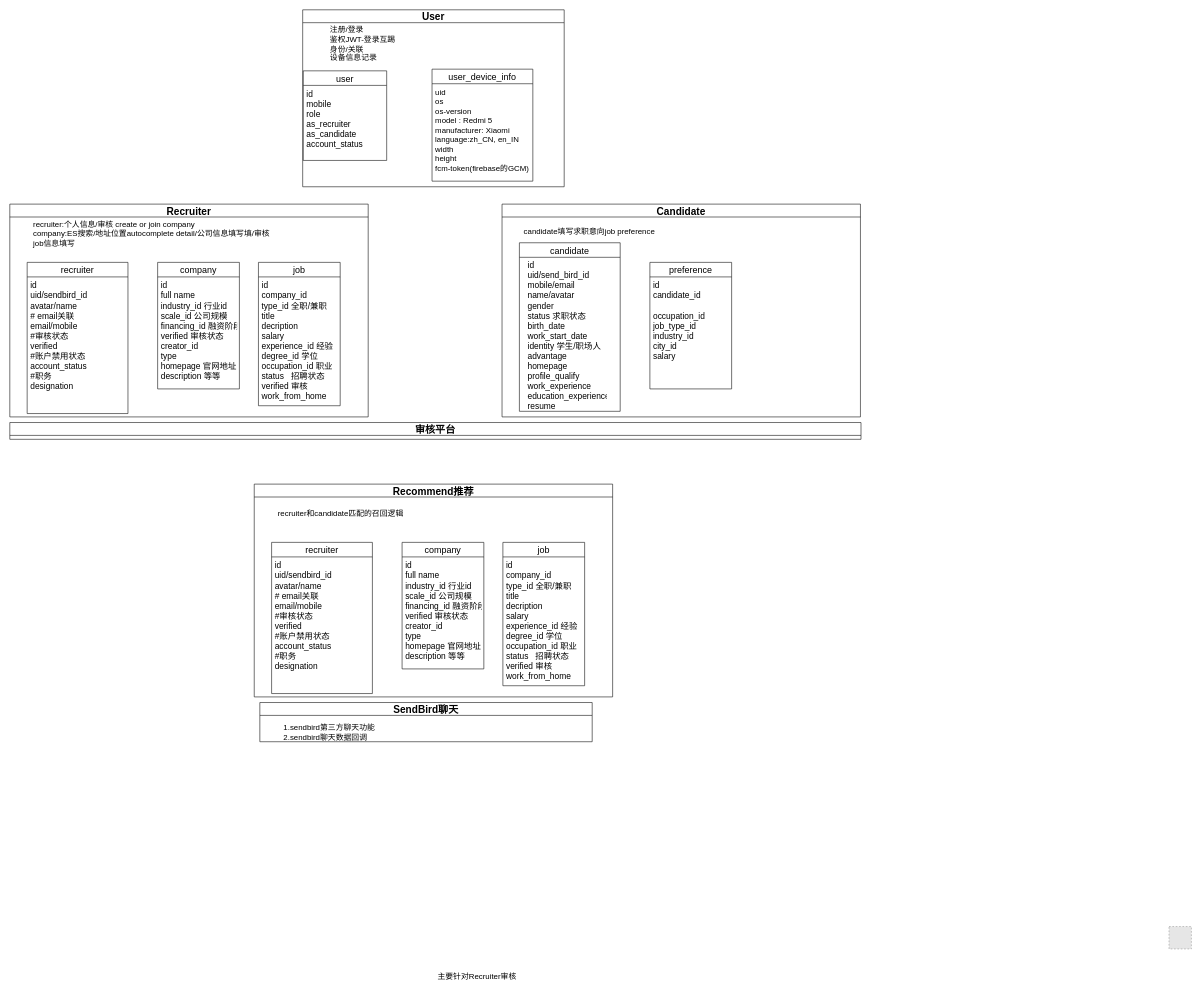
Earlier version of the draw.io diagram hirect业务架构.drawio (ZhaoDaMing/note). Source tidied: cells renumbered, new cells numbered last; positions are measured from the earlier drawing's top-left corner, leaving out a move shared by most shapes. Both pictures are drawn from the tidied source at 56%, with x=0, y=0 at pixel (10, 10). Pictures stored in the file or linked from it are replaced by grey dashed boxes.
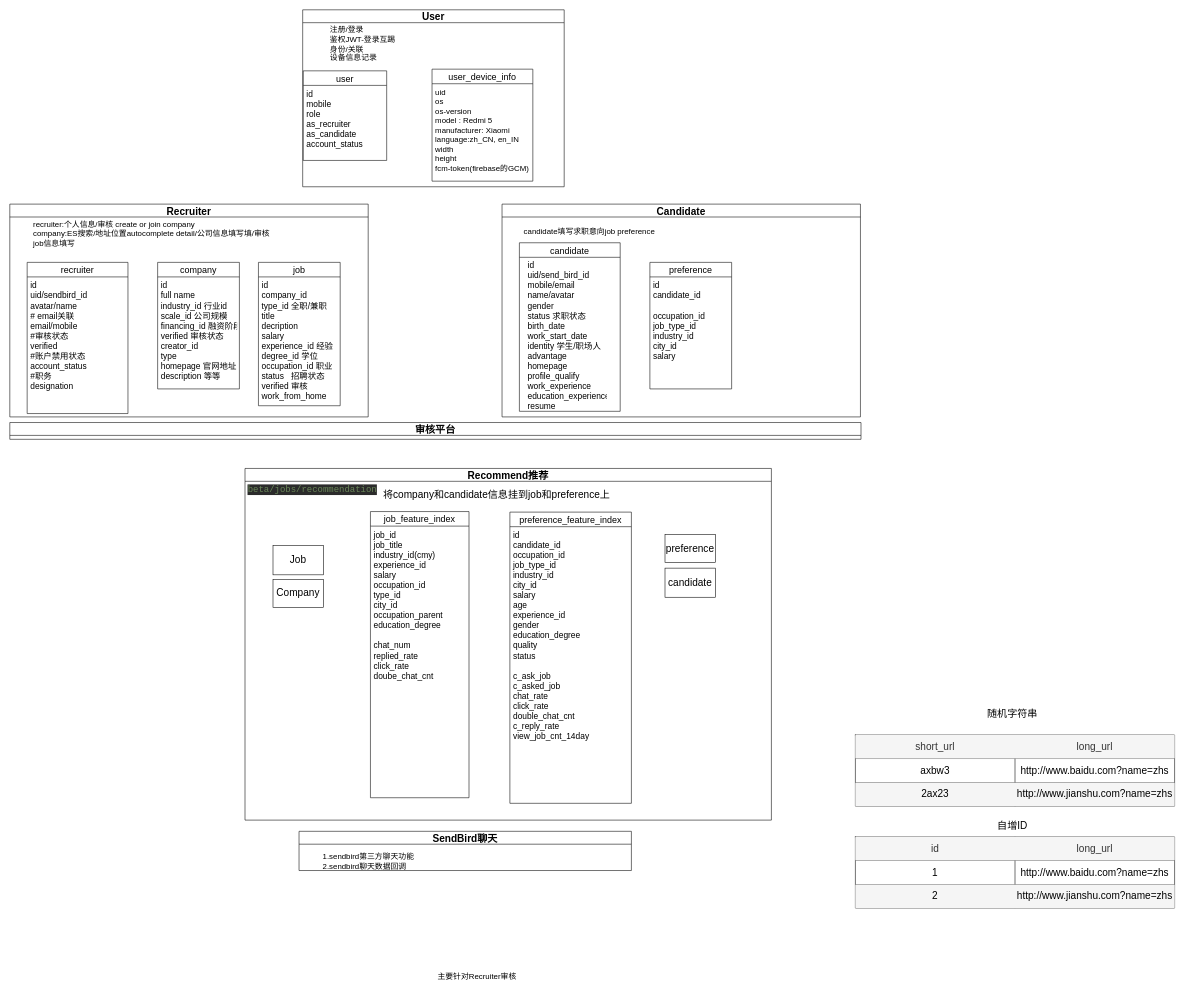
The same page after the edit.

The edit, as a diff of the source:
```diff
@@
     <mxCell id="23" value="Recommend推荐" style="swimlane;fontSize=18;" parent="1" vertex="1">
-      <mxGeometry x="436.5" y="847" width="640" height="380" as="geometry" />
+      <mxGeometry x="420" y="819" width="940" height="628" as="geometry" />
     </mxCell>
-    <mxCell id="24" value="recruiter" style="swimlane;fontStyle=0;horizontal=1;startSize=26;fillColor=none;fontSize=16;" parent="1" vertex="1">
-      <mxGeometry x="467.5" y="951" width="180" height="270" as="geometry" />
-    </mxCell>
-    <mxCell id="25" value="id&#10;uid/sendbird_id&#10;avatar/name&#10;# email关联&#10;email/mobile&#10;#审核状态&#10;verified &#10;#账户禁用状态&#10;account_status&#10;#职务&#10;designation&#10;&#10;" style="text;strokeColor=none;fillColor=none;align=left;verticalAlign=top;spacingLeft=4;spacingRight=4;overflow=hidden;fontSize=15;" parent="24" vertex="1">
-      <mxGeometry y="26" width="180" height="244" as="geometry" />
-    </mxCell>
-    <mxCell id="26" value="company" style="swimlane;fontStyle=0;horizontal=1;startSize=26;fillColor=none;fontSize=16;" parent="1" vertex="1">
-      <mxGeometry x="700.5" y="951" width="146" height="226" as="geometry" />
-    </mxCell>
-    <mxCell id="27" value="&lt;blockquote style=&quot;margin: 0px 0px 0px 40px ; border: none ; padding: 0px ; font-size: 14px&quot;&gt;recruiter和candidate匹配的召回逻辑&lt;/blockquote&gt;" style="text;html=1;strokeColor=none;fillColor=none;align=left;verticalAlign=middle;whiteSpace=wrap;rounded=0;fontSize=16;horizontal=1;" parent="1" vertex="1">
-      <mxGeometry x="436.5" y="872" width="510" height="55" as="geometry" />
-    </mxCell>
-    <mxCell id="28" value="id&#10;full name&#10;industry_id 行业id&#10;scale_id 公司规模 &#10;financing_id 融资阶段&#10;verified 审核状态&#10;creator_id&#10;type&#10;homepage 官网地址&#10;description 等等" style="text;strokeColor=none;fillColor=none;align=left;verticalAlign=top;spacingLeft=4;spacingRight=4;overflow=hidden;fontSize=15;" parent="1" vertex="1">
-      <mxGeometry x="700.5" y="977" width="146" height="200" as="geometry" />
-    </mxCell>
-    <mxCell id="29" value="job" style="swimlane;fontStyle=0;horizontal=1;startSize=26;fillColor=none;fontSize=16;" parent="1" vertex="1">
-      <mxGeometry x="880.5" y="951" width="146" height="256" as="geometry" />
-    </mxCell>
-    <mxCell id="30" value="id&#10;company_id&#10;type_id 全职/兼职&#10;title&#10;decription&#10;salary&#10;experience_id 经验&#10;degree_id 学位&#10;occupation_id 职业&#10;status   招聘状态&#10;verified 审核&#10;work_from_home" style="text;strokeColor=none;fillColor=none;align=left;verticalAlign=top;spacingLeft=4;spacingRight=4;overflow=hidden;fontSize=15;" parent="1" vertex="1">
-      <mxGeometry x="880.5" y="977" width="146" height="240" as="geometry" />
-    </mxCell>
-    <mxCell id="31" style="fillColor=#E6E6E6;strokeColor=#999999;dashed=1;html=1;verticalAlign=top;verticalLabelPosition=bottom;labelBackgroundColor=#ffffff;fontSize=14;" parent="1" vertex="1">
-      <mxGeometry x="2070" y="1637" width="40" height="40" as="geometry" />
-    </mxCell>
+    <mxCell id="35" value="&lt;font style=&quot;font-size: 18px&quot;&gt;Job&lt;/font&gt;" style="rounded=0;whiteSpace=wrap;html=1;fillColor=#FFFFFF;" parent="23" vertex="1">
+      <mxGeometry x="50" y="138" width="90" height="52" as="geometry" />
+    </mxCell>
     <mxCell id="32" value="SendBird聊天" style="swimlane;fontSize=18;" parent="1" vertex="1">
-      <mxGeometry x="446.5" y="1237" width="593.5" height="70" as="geometry" />
+      <mxGeometry x="516.5" y="1467" width="593.5" height="70" as="geometry" />
     </mxCell>
     <mxCell id="33" value="&lt;blockquote style=&quot;margin: 0px 0px 0px 40px ; border: none ; padding: 0px ; font-size: 14px&quot;&gt;1.sendbird第三方聊天功能&lt;/blockquote&gt;&lt;blockquote style=&quot;margin: 0px 0px 0px 40px ; border: none ; padding: 0px ; font-size: 14px&quot;&gt;2.sendbird聊天数据回调&lt;/blockquote&gt;" style="text;html=1;strokeColor=none;fillColor=none;align=left;verticalAlign=middle;whiteSpace=wrap;rounded=0;fontSize=16;horizontal=1;" parent="1" vertex="1">
-      <mxGeometry x="446.5" y="1262" width="510" height="55" as="geometry" />
+      <mxGeometry x="516.5" y="1492" width="510" height="55" as="geometry" />
     </mxCell>
@@
+    <mxCell id="36" value="job_feature_index" style="swimlane;fontStyle=0;horizontal=1;startSize=26;fillColor=none;fontSize=16;" parent="1" vertex="1">
+      <mxGeometry x="644" y="896" width="176" height="511" as="geometry" />
+    </mxCell>
+    <mxCell id="37" value="job_id&#10;job_title&#10;industry_id(cmy)&#10;experience_id&#10;salary&#10;occupation_id&#10;type_id&#10;city_id&#10;occupation_parent&#10;education_degree&#10;&#10;chat_num&#10;replied_rate&#10;click_rate&#10;doube_chat_cnt&#10;&#10;" style="text;strokeColor=none;fillColor=none;align=left;verticalAlign=top;spacingLeft=4;spacingRight=4;overflow=hidden;fontSize=15;" parent="1" vertex="1">
+      <mxGeometry x="644" y="922" width="156" height="465" as="geometry" />
+    </mxCell>
+    <mxCell id="38" value="preference_feature_index" style="swimlane;fontStyle=0;horizontal=1;startSize=26;fillColor=none;fontSize=16;" parent="1" vertex="1">
+      <mxGeometry x="893" y="897" width="217" height="520" as="geometry" />
+    </mxCell>
+    <mxCell id="39" value="id&#10;candidate_id&#10;occupation_id&#10;job_type_id&#10;industry_id&#10;city_id&#10;salary&#10;age&#10;experience_id&#10;gender&#10;education_degree&#10;quality&#10;status&#10;&#10;c_ask_job&#10;c_asked_job&#10;chat_rate&#10;click_rate&#10;double_chat_cnt&#10;c_reply_rate&#10;view_job_cnt_14day&#10;&#10;&#10;" style="text;strokeColor=none;fillColor=none;align=left;verticalAlign=top;spacingLeft=4;spacingRight=4;overflow=hidden;fontSize=15;" parent="1" vertex="1">
+      <mxGeometry x="893" y="922" width="167" height="475" as="geometry" />
+    </mxCell>
+    <mxCell id="40" value="&lt;pre style=&quot;background-color: #2b2b2b ; color: #a9b7c6 ; font-family: &amp;#34;jetbrains mono&amp;#34; , monospace ; font-size: 12.0pt&quot;&gt;&lt;span style=&quot;color: #6a8759&quot;&gt;beta/jobs/recommendation&lt;/span&gt;&lt;/pre&gt;" style="text;html=1;align=center;verticalAlign=middle;strokeColor=none;fillColor=none;" parent="1" vertex="1">
+      <mxGeometry x="415" y="832" width="250" height="50" as="geometry" />
+    </mxCell>
+    <mxCell id="41" value="&lt;font style=&quot;font-size: 18px&quot;&gt;Company&lt;/font&gt;" style="rounded=0;whiteSpace=wrap;html=1;fillColor=#FFFFFF;" parent="1" vertex="1">
+      <mxGeometry x="470" y="1017" width="90" height="50" as="geometry" />
+    </mxCell>
+    <mxCell id="42" value="&lt;font style=&quot;font-size: 18px&quot;&gt;candidate&lt;/font&gt;" style="rounded=0;whiteSpace=wrap;html=1;fillColor=#FFFFFF;" parent="1" vertex="1">
+      <mxGeometry x="1170" y="997" width="90" height="52" as="geometry" />
+    </mxCell>
+    <mxCell id="43" value="&lt;span style=&quot;font-size: 18px&quot;&gt;preference&lt;/span&gt;" style="rounded=0;whiteSpace=wrap;html=1;fillColor=#FFFFFF;" parent="1" vertex="1">
+      <mxGeometry x="1170" y="937" width="90" height="50" as="geometry" />
+    </mxCell>
+    <mxCell id="44" value="将company和candidate信息挂到job和preference上" style="text;html=1;align=center;verticalAlign=middle;strokeColor=none;fillColor=none;fontSize=18;" parent="1" vertex="1">
+      <mxGeometry x="659" y="852" width="420" height="30" as="geometry" />
+    </mxCell>
+    <mxCell id="45" style="shape=table;startSize=0;childLayout=tableLayout;fontSize=18;fillColor=#FFFFFF;" parent="1" vertex="1">
+      <mxGeometry x="1510" y="1295" width="570" height="127" as="geometry" />
+    </mxCell>
+    <mxCell id="46" style="shape=tableRow;horizontal=0;startSize=0;swimlaneHead=0;swimlaneBody=0;top=0;left=0;bottom=0;right=0;fillColor=none;fontSize=18;" parent="45" vertex="1">
+      <mxGeometry width="570" height="42" as="geometry" />
+    </mxCell>
+    <mxCell id="47" value="short_url" style="shape=partialRectangle;html=1;whiteSpace=wrap;overflow=hidden;fillColor=#f5f5f5;top=0;left=0;bottom=0;right=0;fontSize=18;fontColor=#333333;strokeColor=#666666;" parent="46" vertex="1">
+      <mxGeometry width="285" height="42" as="geometry" />
+    </mxCell>
+    <mxCell id="48" value="long_url" style="shape=partialRectangle;html=1;whiteSpace=wrap;overflow=hidden;fillColor=#f5f5f5;top=0;left=0;bottom=0;right=0;fontSize=18;fontColor=#333333;strokeColor=#666666;" parent="46" vertex="1">
+      <mxGeometry x="285" width="285" height="42" as="geometry" />
+    </mxCell>
+    <mxCell id="49" style="shape=tableRow;horizontal=0;startSize=0;swimlaneHead=0;swimlaneBody=0;top=0;left=0;bottom=0;right=0;fillColor=none;fontSize=18;" parent="45" vertex="1">
+      <mxGeometry y="42" width="570" height="43" as="geometry" />
+    </mxCell>
+    <mxCell id="50" value="axbw3" style="shape=partialRectangle;html=1;whiteSpace=wrap;overflow=hidden;fillColor=none;top=0;left=0;bottom=0;right=0;fontSize=18;" parent="49" vertex="1">
+      <mxGeometry width="285" height="43" as="geometry" />
+    </mxCell>
+    <mxCell id="51" value="http://www.baidu.com?name=zhs" style="shape=partialRectangle;html=1;whiteSpace=wrap;overflow=hidden;fillColor=none;top=0;left=0;bottom=0;right=0;fontSize=18;" parent="49" vertex="1">
+      <mxGeometry x="285" width="285" height="43" as="geometry" />
+    </mxCell>
+    <mxCell id="52" style="shape=tableRow;horizontal=0;startSize=0;swimlaneHead=0;swimlaneBody=0;top=0;left=0;bottom=0;right=0;fillColor=none;fontSize=18;" parent="45" vertex="1">
+      <mxGeometry y="85" width="570" height="42" as="geometry" />
+    </mxCell>
+    <mxCell id="53" value="&lt;span style=&quot;color: rgb(0 , 0 , 0)&quot;&gt;2ax23&lt;/span&gt;" style="shape=partialRectangle;html=1;whiteSpace=wrap;overflow=hidden;fillColor=#f5f5f5;top=0;left=0;bottom=0;right=0;fontSize=18;fontColor=#333333;strokeColor=#666666;" parent="52" vertex="1">
+      <mxGeometry width="285" height="42" as="geometry" />
+    </mxCell>
+    <mxCell id="54" value="&lt;span style=&quot;color: rgb(0 , 0 , 0)&quot;&gt;http://www.jianshu.com?name=zhs&lt;/span&gt;" style="shape=partialRectangle;html=1;whiteSpace=wrap;overflow=hidden;fillColor=#f5f5f5;top=0;left=0;bottom=0;right=0;fontSize=18;fontColor=#333333;strokeColor=#666666;" parent="52" vertex="1">
+      <mxGeometry x="285" width="285" height="42" as="geometry" />
+    </mxCell>
+    <mxCell id="55" style="shape=table;startSize=0;childLayout=tableLayout;fontSize=18;fillColor=#FFFFFF;" parent="1" vertex="1">
+      <mxGeometry x="1510" y="1477" width="570" height="127" as="geometry" />
+    </mxCell>
+    <mxCell id="56" style="shape=tableRow;horizontal=0;startSize=0;swimlaneHead=0;swimlaneBody=0;top=0;left=0;bottom=0;right=0;fillColor=none;fontSize=18;" parent="55" vertex="1">
+      <mxGeometry width="570" height="42" as="geometry" />
+    </mxCell>
+    <mxCell id="57" value="id" style="shape=partialRectangle;html=1;whiteSpace=wrap;overflow=hidden;fillColor=#f5f5f5;top=0;left=0;bottom=0;right=0;fontSize=18;fontColor=#333333;strokeColor=#666666;" parent="56" vertex="1">
+      <mxGeometry width="285" height="42" as="geometry" />
+    </mxCell>
+    <mxCell id="58" value="long_url" style="shape=partialRectangle;html=1;whiteSpace=wrap;overflow=hidden;fillColor=#f5f5f5;top=0;left=0;bottom=0;right=0;fontSize=18;fontColor=#333333;strokeColor=#666666;" parent="56" vertex="1">
+      <mxGeometry x="285" width="285" height="42" as="geometry" />
+    </mxCell>
+    <mxCell id="59" style="shape=tableRow;horizontal=0;startSize=0;swimlaneHead=0;swimlaneBody=0;top=0;left=0;bottom=0;right=0;fillColor=none;fontSize=18;" parent="55" vertex="1">
+      <mxGeometry y="42" width="570" height="43" as="geometry" />
+    </mxCell>
+    <mxCell id="60" value="1" style="shape=partialRectangle;html=1;whiteSpace=wrap;overflow=hidden;fillColor=none;top=0;left=0;bottom=0;right=0;fontSize=18;" parent="59" vertex="1">
+      <mxGeometry width="285" height="43" as="geometry" />
+    </mxCell>
+    <mxCell id="61" value="http://www.baidu.com?name=zhs" style="shape=partialRectangle;html=1;whiteSpace=wrap;overflow=hidden;fillColor=none;top=0;left=0;bottom=0;right=0;fontSize=18;" parent="59" vertex="1">
+      <mxGeometry x="285" width="285" height="43" as="geometry" />
+    </mxCell>
+    <mxCell id="62" style="shape=tableRow;horizontal=0;startSize=0;swimlaneHead=0;swimlaneBody=0;top=0;left=0;bottom=0;right=0;fillColor=none;fontSize=18;" parent="55" vertex="1">
+      <mxGeometry y="85" width="570" height="42" as="geometry" />
+    </mxCell>
+    <mxCell id="63" value="&lt;span style=&quot;color: rgb(0 , 0 , 0)&quot;&gt;2&lt;/span&gt;" style="shape=partialRectangle;html=1;whiteSpace=wrap;overflow=hidden;fillColor=#f5f5f5;top=0;left=0;bottom=0;right=0;fontSize=18;fontColor=#333333;strokeColor=#666666;" parent="62" vertex="1">
+      <mxGeometry width="285" height="42" as="geometry" />
+    </mxCell>
+    <mxCell id="64" value="&lt;span style=&quot;color: rgb(0 , 0 , 0)&quot;&gt;http://www.jianshu.com?name=zhs&lt;/span&gt;" style="shape=partialRectangle;html=1;whiteSpace=wrap;overflow=hidden;fillColor=#f5f5f5;top=0;left=0;bottom=0;right=0;fontSize=18;fontColor=#333333;strokeColor=#666666;" parent="62" vertex="1">
+      <mxGeometry x="285" width="285" height="42" as="geometry" />
+    </mxCell>
+    <mxCell id="65" value="随机字符串" style="text;html=1;align=center;verticalAlign=middle;strokeColor=none;fillColor=none;fontSize=18;" parent="1" vertex="1">
+      <mxGeometry x="1735" y="1242" width="110" height="30" as="geometry" />
+    </mxCell>
+    <mxCell id="66" value="自增ID" style="text;html=1;align=center;verticalAlign=middle;strokeColor=none;fillColor=none;fontSize=18;" parent="1" vertex="1">
+      <mxGeometry x="1755" y="1442" width="70" height="30" as="geometry" />
+    </mxCell>
```
